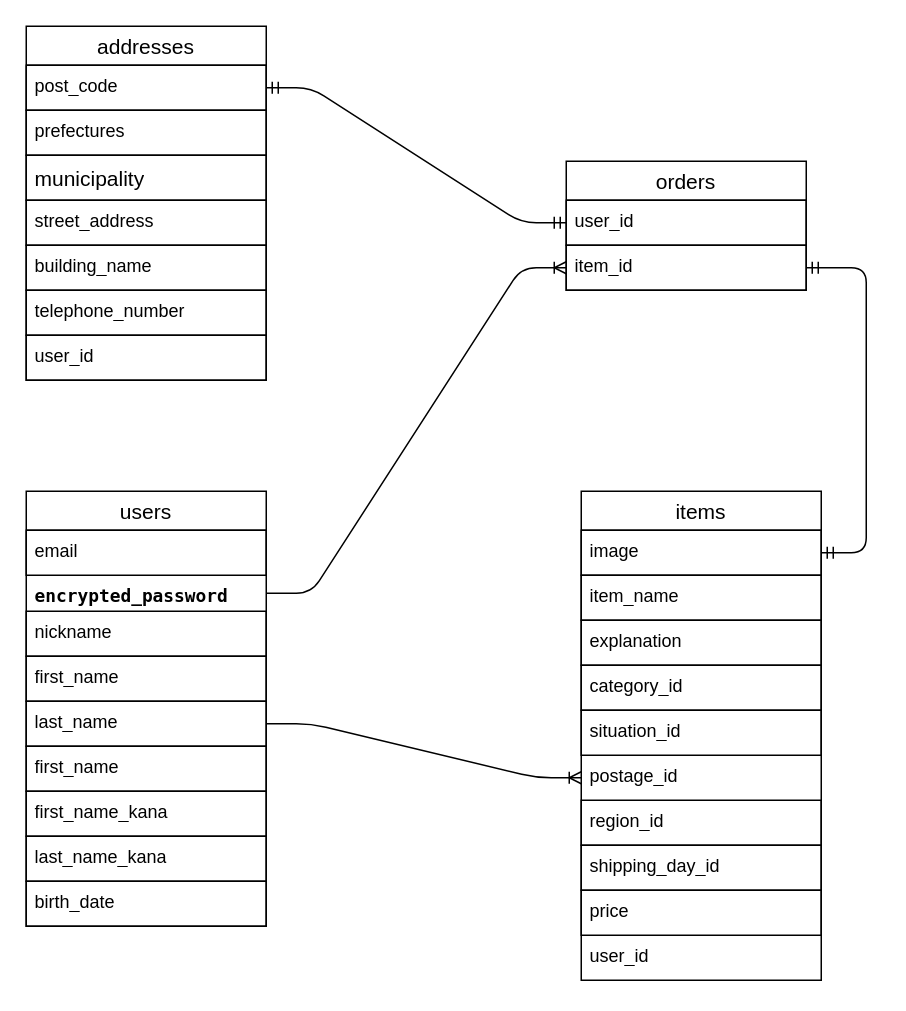
Before: furima.dio in shota-kita/furima-42227, a draw.io diagram. Source tidied: cells renumbered, new cells numbered last; positions are measured from the earlier drawing's top-left corner, leaving out a move shared by most shapes. Both pictures are drawn from the tidied source at 150%, with x=0, y=0 at pixel (26, 26).
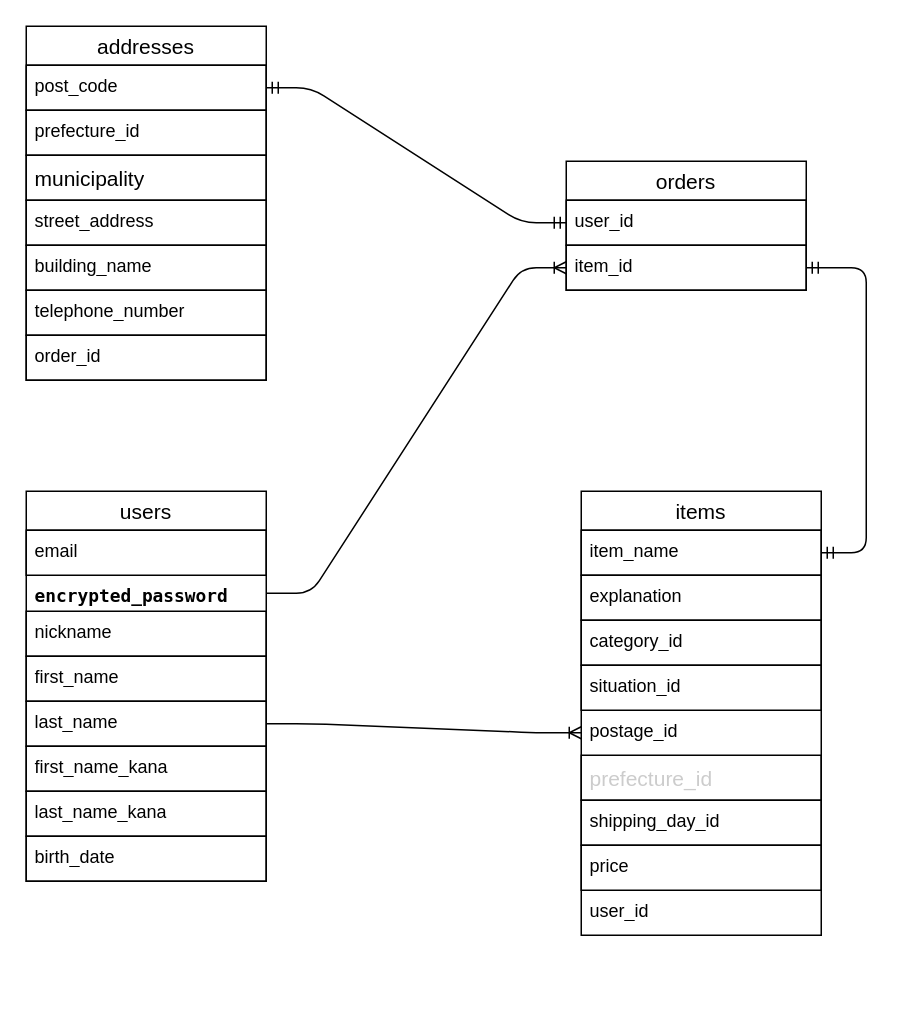
After the change.

Commit message:
DB設計の修正

Unchanged cells that the change refers to:
```xml
<mxCell id="23" value="addresses" style="swimlane;fontStyle=0;horizontal=1;startSize=26;align=center;fontSize=14;" parent="1" vertex="1">
  <mxGeometry width="160" height="236" as="geometry" />
</mxCell>
<mxCell id="34" value="item_id" style="text;strokeColor=default;fillColor=none;spacingLeft=4;spacingRight=4;overflow=hidden;points=[[0,0.5],[1,0.5]];portConstraint=eastwest;fontSize=12;whiteSpace=wrap;html=1;" parent="32" vertex="1">
  <mxGeometry y="56" width="160" height="30" as="geometry" />
</mxCell>
```

Change to the diagram source:
```diff
@@
     <mxCell id="2" value="users" style="swimlane;fontStyle=0;horizontal=1;startSize=26;align=center;fontSize=14;" parent="1" vertex="1">
-      <mxGeometry y="310" width="160" height="290" as="geometry" />
+      <mxGeometry y="310" width="160" height="260" as="geometry" />
     </mxCell>
@@
-    <mxCell id="8" value="first_name" style="text;spacingLeft=4;spacingRight=4;overflow=hidden;fontSize=12;whiteSpace=wrap;html=1;align=left;verticalAlign=top;strokeColor=default;" parent="2" vertex="1">
-      <mxGeometry y="170" width="160" height="30" as="geometry" />
-    </mxCell>
     <mxCell id="9" value="first_name_kana" style="text;spacingLeft=4;spacingRight=4;overflow=hidden;fontSize=12;whiteSpace=wrap;html=1;align=left;verticalAlign=top;strokeColor=default;" parent="2" vertex="1">
-      <mxGeometry y="200" width="160" height="30" as="geometry" />
+      <mxGeometry y="170" width="160" height="30" as="geometry" />
     </mxCell>
     <mxCell id="10" value="last_name_kana" style="text;spacingLeft=4;spacingRight=4;overflow=hidden;fontSize=12;whiteSpace=wrap;html=1;align=left;verticalAlign=top;strokeColor=default;" parent="2" vertex="1">
-      <mxGeometry y="230" width="160" height="30" as="geometry" />
+      <mxGeometry y="200" width="160" height="30" as="geometry" />
     </mxCell>
     <mxCell id="11" value="birth_date" style="text;spacingLeft=4;spacingRight=4;overflow=hidden;fontSize=12;whiteSpace=wrap;html=1;align=left;verticalAlign=top;strokeColor=default;" parent="2" vertex="1">
-      <mxGeometry y="260" width="160" height="30" as="geometry" />
+      <mxGeometry y="230" width="160" height="30" as="geometry" />
     </mxCell>
     <mxCell id="12" value="items" style="swimlane;fontStyle=0;horizontal=1;startSize=26;align=center;fontSize=14;" parent="1" vertex="1">
-      <mxGeometry x="370" y="310" width="160" height="326" as="geometry" />
+      <mxGeometry x="370" y="310" width="160" height="296" as="geometry" />
     </mxCell>
-    <mxCell id="13" value="image" style="text;strokeColor=default;fillColor=none;spacingLeft=4;spacingRight=4;overflow=hidden;points=[[0,0.5],[1,0.5]];portConstraint=eastwest;fontSize=12;whiteSpace=wrap;html=1;" parent="12" vertex="1">
-      <mxGeometry y="26" width="160" height="30" as="geometry" />
-    </mxCell>
     <mxCell id="14" value="item_name" style="text;strokeColor=default;fillColor=none;spacingLeft=4;spacingRight=4;overflow=hidden;points=[[0,0.5],[1,0.5]];portConstraint=eastwest;fontSize=12;whiteSpace=wrap;html=1;" parent="12" vertex="1">
-      <mxGeometry y="56" width="160" height="30" as="geometry" />
+      <mxGeometry y="26" width="160" height="30" as="geometry" />
     </mxCell>
     <mxCell id="15" value="explanation" style="text;strokeColor=default;fillColor=none;spacingLeft=4;spacingRight=4;overflow=hidden;fontSize=12;whiteSpace=wrap;html=1;" parent="12" vertex="1">
-      <mxGeometry y="86" width="160" height="30" as="geometry" />
+      <mxGeometry y="56" width="160" height="30" as="geometry" />
     </mxCell>
     <mxCell id="16" value="category_id" style="text;strokeColor=default;fillColor=none;spacingLeft=4;spacingRight=4;overflow=hidden;fontSize=12;whiteSpace=wrap;html=1;" parent="12" vertex="1">
-      <mxGeometry y="116" width="160" height="30" as="geometry" />
+      <mxGeometry y="86" width="160" height="30" as="geometry" />
     </mxCell>
     <mxCell id="17" value="situation_id" style="text;strokeColor=default;fillColor=none;spacingLeft=4;spacingRight=4;overflow=hidden;fontSize=12;whiteSpace=wrap;html=1;" parent="12" vertex="1">
-      <mxGeometry y="146" width="160" height="30" as="geometry" />
+      <mxGeometry y="116" width="160" height="30" as="geometry" />
     </mxCell>
     <mxCell id="18" value="postage_id" style="text;strokeColor=none;fillColor=none;spacingLeft=4;spacingRight=4;overflow=hidden;points=[[0,0.5],[1,0.5]];portConstraint=eastwest;fontSize=12;whiteSpace=wrap;html=1;" parent="12" vertex="1">
-      <mxGeometry y="176" width="160" height="30" as="geometry" />
+      <mxGeometry y="146" width="160" height="30" as="geometry" />
     </mxCell>
-    <mxCell id="19" value="region_id" style="text;strokeColor=default;fillColor=none;spacingLeft=4;spacingRight=4;overflow=hidden;fontSize=12;whiteSpace=wrap;html=1;" parent="12" vertex="1">
-      <mxGeometry y="206" width="160" height="30" as="geometry" />
+    <mxCell id="19" value="&lt;div style=&quot;color: rgb(204, 204, 204); font-size: 14px; line-height: 19px; white-space: pre;&quot;&gt;&lt;span style=&quot;color: rgb(204, 204, 204);&quot;&gt;&lt;font face=&quot;Helvetica&quot;&gt;prefecture_id&lt;/font&gt;&lt;/span&gt;&lt;/div&gt;" style="text;strokeColor=default;fillColor=none;spacingLeft=4;spacingRight=4;overflow=hidden;fontSize=12;whiteSpace=wrap;html=1;" parent="12" vertex="1">
+      <mxGeometry y="176" width="160" height="30" as="geometry" />
     </mxCell>
     <mxCell id="20" value="shipping_day_id" style="text;strokeColor=default;fillColor=none;spacingLeft=4;spacingRight=4;overflow=hidden;fontSize=12;whiteSpace=wrap;html=1;" parent="12" vertex="1">
-      <mxGeometry y="236" width="160" height="30" as="geometry" />
+      <mxGeometry y="206" width="160" height="30" as="geometry" />
     </mxCell>
     <mxCell id="21" value="price" style="text;strokeColor=default;fillColor=none;spacingLeft=4;spacingRight=4;overflow=hidden;fontSize=12;whiteSpace=wrap;html=1;" parent="12" vertex="1">
-      <mxGeometry y="266" width="160" height="30" as="geometry" />
+      <mxGeometry y="236" width="160" height="30" as="geometry" />
     </mxCell>
     <mxCell id="22" value="user_id" style="text;strokeColor=none;fillColor=none;spacingLeft=4;spacingRight=4;overflow=hidden;fontSize=12;whiteSpace=wrap;html=1;" parent="12" vertex="1">
-      <mxGeometry y="296" width="160" height="30" as="geometry" />
+      <mxGeometry y="266" width="160" height="30" as="geometry" />
     </mxCell>
@@
-    <mxCell id="25" value="prefectures" style="text;strokeColor=default;fillColor=none;spacingLeft=4;spacingRight=4;overflow=hidden;fontSize=12;whiteSpace=wrap;html=1;" parent="23" vertex="1">
+    <mxCell id="25" value="prefecture_id" style="text;strokeColor=default;fillColor=none;spacingLeft=4;spacingRight=4;overflow=hidden;fontSize=12;whiteSpace=wrap;html=1;" parent="23" vertex="1">
       <mxGeometry y="56" width="160" height="30" as="geometry" />
     </mxCell>
@@
-    <mxCell id="30" value="user_id" style="text;strokeColor=default;fillColor=none;spacingLeft=4;spacingRight=4;overflow=hidden;fontSize=12;whiteSpace=wrap;html=1;" parent="23" vertex="1">
+    <mxCell id="30" value="order_id" style="text;strokeColor=default;fillColor=none;spacingLeft=4;spacingRight=4;overflow=hidden;fontSize=12;whiteSpace=wrap;html=1;" parent="23" vertex="1">
       <mxGeometry y="206" width="160" height="30" as="geometry" />
     </mxCell>
@@
-    <mxCell id="36" style="edgeStyle=entityRelationEdgeStyle;fontSize=12;html=1;endArrow=ERmandOne;startArrow=ERmandOne;exitX=1;exitY=0.5;exitDx=0;exitDy=0;" parent="1" edge="1" source="34" target="13">
+    <mxCell id="36" style="edgeStyle=entityRelationEdgeStyle;fontSize=12;html=1;endArrow=ERmandOne;startArrow=ERmandOne;exitX=1;exitY=0.5;exitDx=0;exitDy=0;" parent="1" edge="1" source="34" target="14">
       <mxGeometry relative="1" as="geometry" />
     </mxCell>
```
